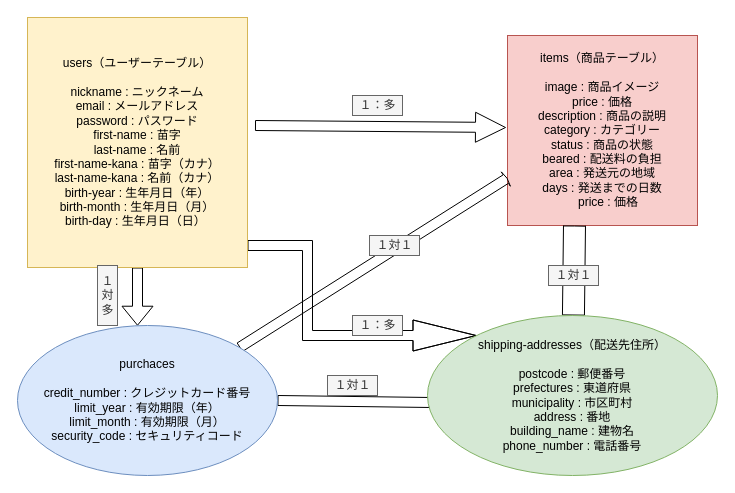
Before: erfigure.drawio in Toshi0619/furima-29092, a draw.io diagram. Source tidied: cells renumbered, new cells numbered last; positions are measured from the earlier drawing's top-left corner, leaving out a move shared by most shapes. Both pictures are drawn from the tidied source at 100%, with x=0, y=0 at pixel (17, 17).
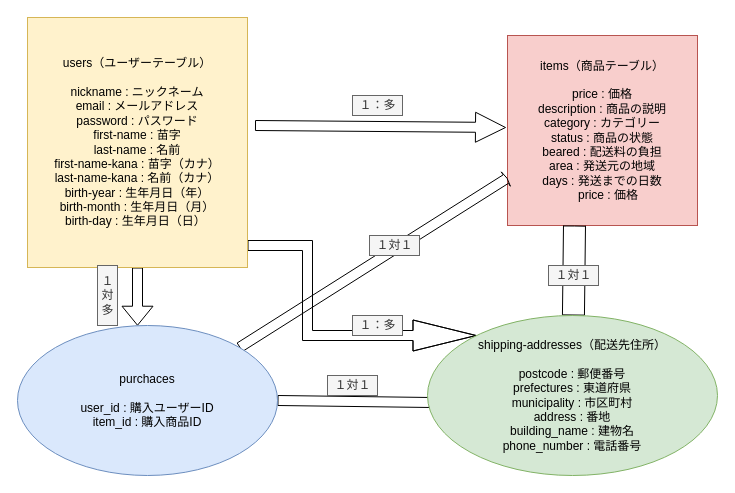
Above is the later version.

Commit message (it also covers changes not shown here):
不要なカラム削除と一部のカラムの型修正

What changed in the source:
```diff
@@
-    <mxCell id="6" value="items（商品テーブル）&lt;br&gt;&lt;br&gt;image : 商品イメージ&lt;br&gt;price : 価格&lt;br&gt;description : 商品の説明&lt;br&gt;category : カテゴリー&lt;br&gt;status : 商品の状態&lt;br&gt;beared : 配送料の負担&lt;br&gt;area : 発送元の地域&lt;br&gt;days : 発送までの日数&lt;br&gt;　price : 価格" style="whiteSpace=wrap;html=1;fillColor=#f8cecc;strokeColor=#b85450;fontColor=#000000;" parent="1" vertex="1">
+    <mxCell id="6" value="items（商品テーブル）&lt;br&gt;&lt;br&gt;price : 価格&lt;br&gt;description : 商品の説明&lt;br&gt;category : カテゴリー&lt;br&gt;status : 商品の状態&lt;br&gt;beared : 配送料の負担&lt;br&gt;area : 発送元の地域&lt;br&gt;days : 発送までの日数&lt;br&gt;　price : 価格" style="whiteSpace=wrap;html=1;fillColor=#f8cecc;strokeColor=#b85450;fontColor=#000000;" parent="1" vertex="1">
       <mxGeometry x="490" y="18" width="190" height="190" as="geometry" />
     </mxCell>
@@
-    <mxCell id="9" value="purchaces&lt;br&gt;&lt;br&gt;credit_number : クレジットカード番号&lt;br&gt;limit_year : 有効期限（年）&lt;br&gt;limit_month : 有効期限（月）&lt;br&gt;security_code : セキュリティコード" style="ellipse;whiteSpace=wrap;html=1;fillColor=#dae8fc;strokeColor=#6c8ebf;fontColor=#000000;" parent="1" vertex="1">
+    <mxCell id="9" value="purchaces&lt;br&gt;&lt;br&gt;user_id : 購入ユーザーID&lt;br&gt;item_id : 購入商品ID" style="ellipse;whiteSpace=wrap;html=1;fillColor=#dae8fc;strokeColor=#6c8ebf;fontColor=#000000;" parent="1" vertex="1">
       <mxGeometry y="308" width="260" height="150" as="geometry" />
     </mxCell>
```
